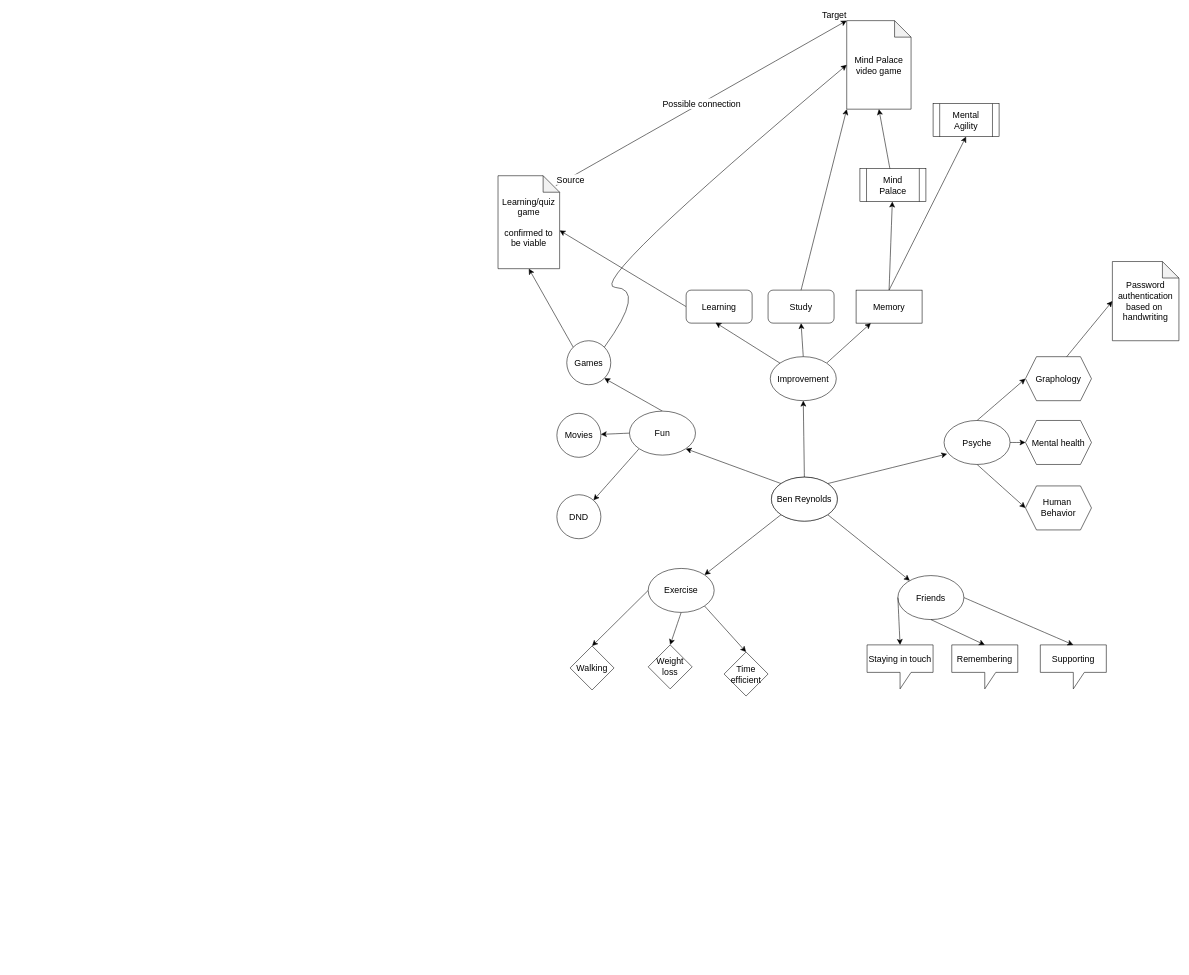
Earlier version of the draw.io diagram Capstone.drawio (BenGRey5/Capstone). Source tidied: cells renumbered, new cells numbered last; positions are measured from the earlier drawing's top-left corner, leaving out a move shared by most shapes. Both pictures are drawn from the tidied source at 55%, with x=0, y=0 at pixel (498, 20).
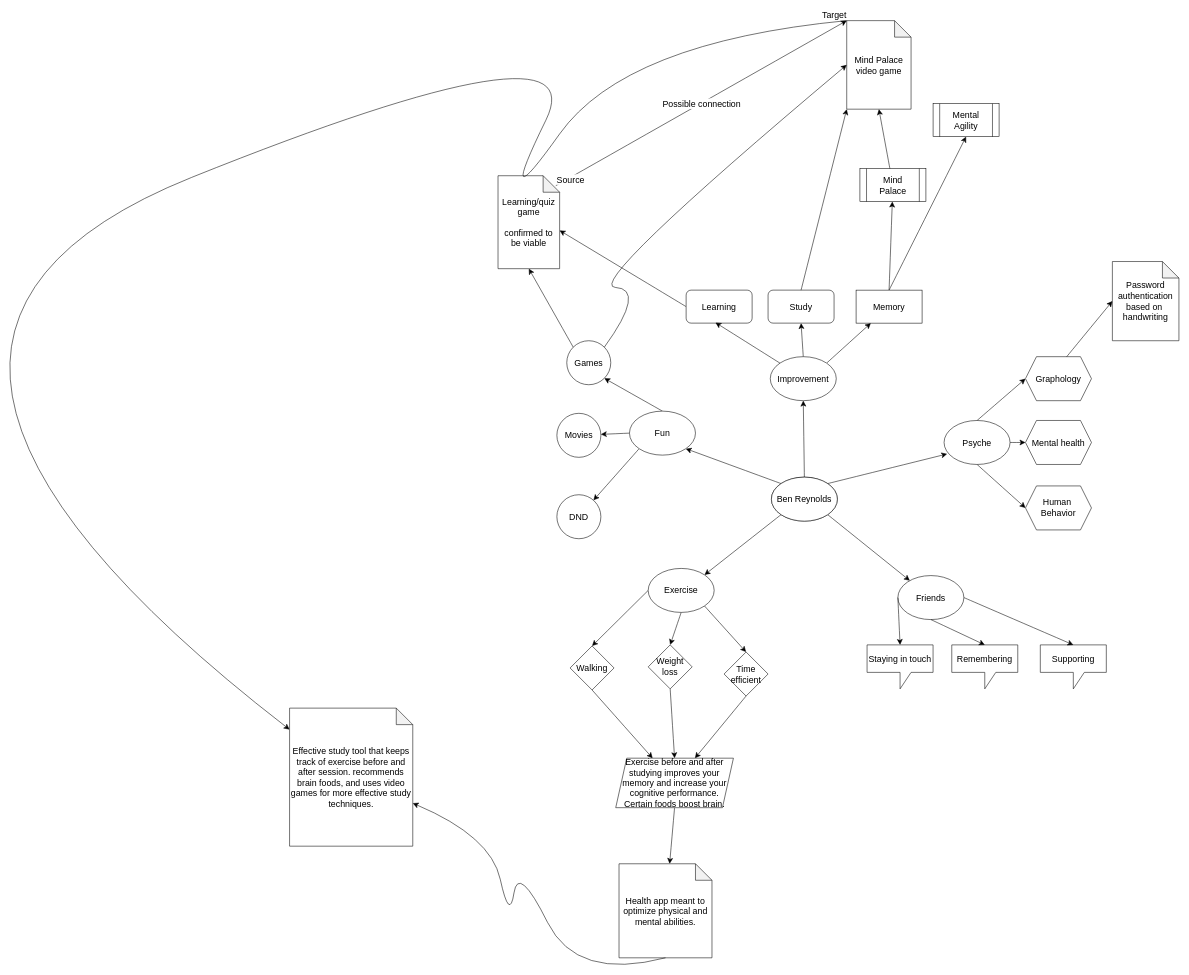
The same page after the edit.

Unchanged cells that the change refers to:
```xml
<mxCell id="36" value="Walking" style="rhombus;whiteSpace=wrap;html=1;fontSize=16;" parent="1" vertex="1">
  <mxGeometry x="131" y="1137" width="80" height="80" as="geometry" />
</mxCell>
<mxCell id="37" value="Weight&lt;br&gt;loss" style="rhombus;whiteSpace=wrap;html=1;fontSize=16;" parent="1" vertex="1">
  <mxGeometry x="273" y="1135" width="80" height="80" as="geometry" />
</mxCell>
<mxCell id="38" value="Time&lt;br&gt;efficient" style="rhombus;whiteSpace=wrap;html=1;fontSize=16;" parent="1" vertex="1">
  <mxGeometry x="411" y="1148" width="80" height="80" as="geometry" />
</mxCell>
<mxCell id="53" value="Mind Palace video game" style="shape=note;whiteSpace=wrap;html=1;backgroundOutline=1;darkOpacity=0.05;fontSize=16;" parent="1" vertex="1">
  <mxGeometry x="634" width="117" height="161" as="geometry" />
</mxCell>
```

What changed in the source:
```diff
@@
+    <mxCell id="61" style="edgeStyle=none;curved=1;rounded=0;jettySize=auto;html=1;exitX=0.5;exitY=1;exitDx=0;exitDy=0;fontSize=12;startSize=8;endSize=8;" parent="1" edge="1" source="36" target="65">
+      <mxGeometry relative="1" as="geometry" />
+    </mxCell>
@@
+    <mxCell id="62" style="edgeStyle=none;curved=1;rounded=0;jettySize=auto;html=1;exitX=0.5;exitY=1;exitDx=0;exitDy=0;entryX=0.5;entryY=0;entryDx=0;entryDy=0;fontSize=12;startSize=8;endSize=8;" parent="1" edge="1" source="37" target="65">
+      <mxGeometry relative="1" as="geometry" />
+    </mxCell>
@@
+    <mxCell id="63" style="edgeStyle=none;curved=1;rounded=0;jettySize=auto;html=1;exitX=0.5;exitY=1;exitDx=0;exitDy=0;fontSize=12;startSize=8;endSize=8;" parent="1" edge="1" source="38" target="65">
+      <mxGeometry relative="1" as="geometry" />
+    </mxCell>
@@
+    <mxCell id="64" style="edgeStyle=none;curved=1;rounded=0;jettySize=auto;html=1;exitX=0.5;exitY=1;exitDx=0;exitDy=0;fontSize=12;startSize=8;endSize=8;" parent="1" edge="1" source="65" target="68">
+      <mxGeometry relative="1" as="geometry" />
+    </mxCell>
+    <mxCell id="65" value="Exercise before and after studying improves your memory and increase your cognitive performance. Certain foods boost brain." style="shape=parallelogram;perimeter=parallelogramPerimeter;whiteSpace=wrap;html=1;fixedSize=1;fontSize=16;" parent="1" vertex="1">
+      <mxGeometry x="214" y="1341" width="214" height="90" as="geometry" />
+    </mxCell>
+    <mxCell id="66" style="curved=1;endArrow=classic;html=1;rounded=0;fontSize=12;startSize=8;endSize=8;exitX=0;exitY=0;exitDx=0;exitDy=0;exitPerimeter=0;" parent="1" edge="1" source="53" target="67">
+      <mxGeometry relative="1" as="geometry">
+        <Array as="points">
+          <mxPoint x="231" y="39" />
+          <mxPoint x="-7" y="373" />
+          <mxPoint x="181" y="-11" />
+          <mxPoint x="-1295" y="581" />
+        </Array>
+      </mxGeometry>
+    </mxCell>
+    <mxCell id="67" value="Effective study tool that keeps track of exercise before and after session. recommends brain foods, and uses video games for more effective study techniques." style="shape=note;whiteSpace=wrap;html=1;backgroundOutline=1;darkOpacity=0.05;fontSize=16;" parent="1" vertex="1">
+      <mxGeometry x="-379" y="1250" width="224" height="251" as="geometry" />
+    </mxCell>
+    <mxCell id="68" value="Health app meant to optimize physical and mental abilities." style="shape=note;whiteSpace=wrap;html=1;backgroundOutline=1;darkOpacity=0.05;fontSize=16;" parent="1" vertex="1">
+      <mxGeometry x="220" y="1533" width="169" height="171" as="geometry" />
+    </mxCell>
+    <mxCell id="69" style="curved=1;endArrow=classic;html=1;rounded=0;fontSize=12;startSize=8;endSize=8;exitX=0.5;exitY=1;exitDx=0;exitDy=0;exitPerimeter=0;" parent="1" edge="1" source="68" target="67">
+      <mxGeometry relative="1" as="geometry">
+        <Array as="points">
+          <mxPoint x="143" y="1746" />
+          <mxPoint x="37" y="1533" />
+          <mxPoint x="21" y="1639" />
+          <mxPoint x="-13" y="1483" />
+        </Array>
+      </mxGeometry>
+    </mxCell>
```
